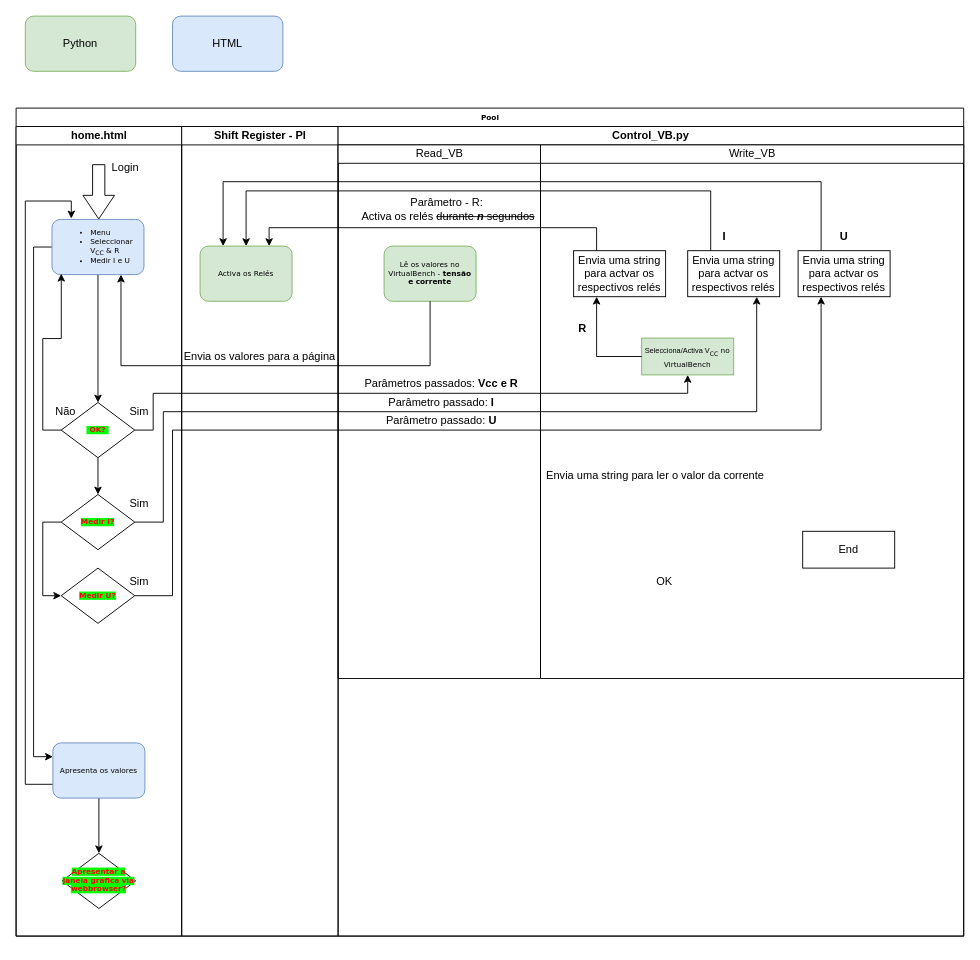
Earlier version of the draw.io diagram diagramas/Diagrama_RENOMEAR.drawio (eddygrinder/Unnamed-Thesis_PCCode). Source tidied: cells renumbered, new cells numbered last; positions are measured from the earlier drawing's top-left corner, leaving out a move shared by most shapes. Both pictures are drawn from the tidied source at 92%, with x=0, y=0 at pixel (16, 16).
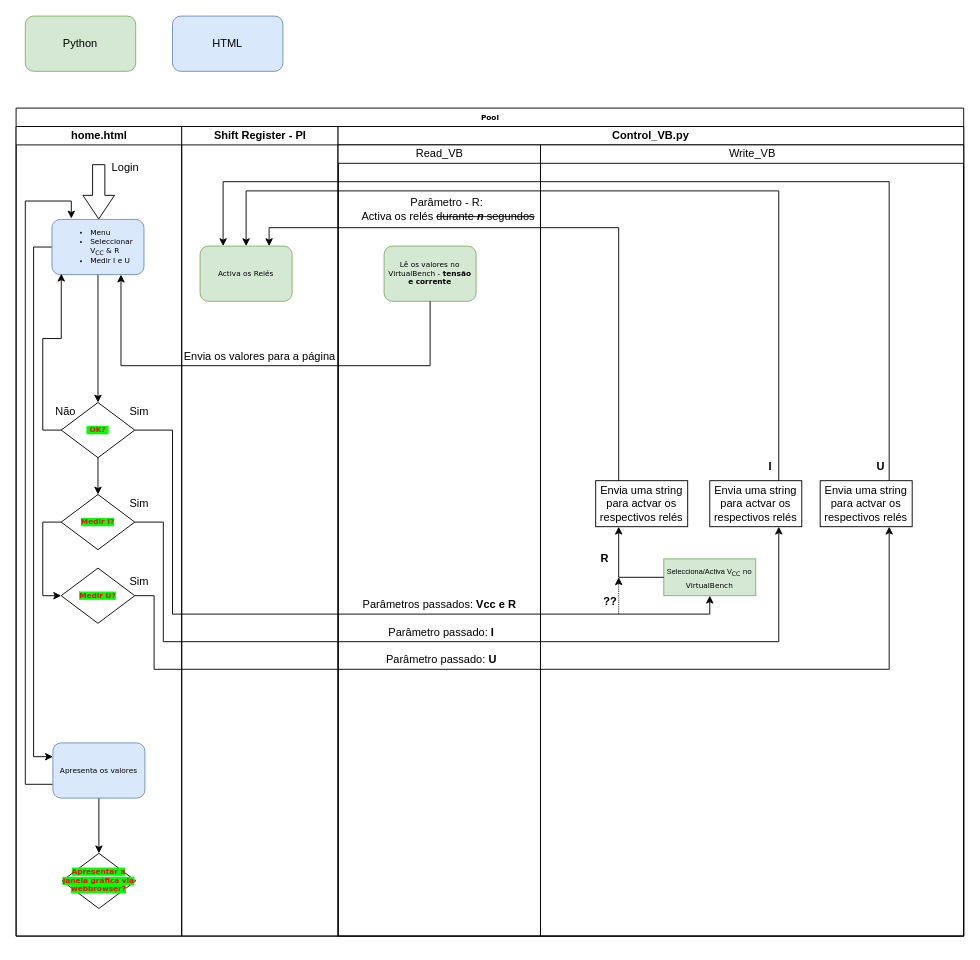
Above is the later version.

The change refers to these unchanged cells:
```xml
<mxCell id="2" value="Pool" style="swimlane;html=1;startSize=20;rounded=0;shadow=0;labelBackgroundColor=none;strokeWidth=1;fontFamily=Verdana;fontSize=8;align=center;glass=0;" parent="1" vertex="1">
  <mxGeometry y="100" width="1030" height="900" as="geometry" />
</mxCell>
<mxCell id="8" value="&lt;font color=&quot;#ff0000&quot;&gt;&lt;span style=&quot;background-color: rgb(0, 255, 0);&quot;&gt;&lt;b&gt;&amp;nbsp;OK?&amp;nbsp; &lt;br&gt;&lt;/b&gt;&lt;/span&gt;&lt;/font&gt;" style="rhombus;whiteSpace=wrap;html=1;rounded=0;shadow=0;labelBackgroundColor=none;strokeWidth=1;fontFamily=Verdana;fontSize=8;align=center;" parent="3" vertex="1">
  <mxGeometry x="49" y="300" width="80" height="60" as="geometry" />
</mxCell>
<mxCell id="16" value="&lt;font color=&quot;#ff0000&quot;&gt;&lt;span style=&quot;background-color: rgb(0, 255, 0);&quot;&gt;&lt;b&gt;Medir I?&lt;br&gt;&lt;/b&gt;&lt;/span&gt;&lt;/font&gt;" style="rhombus;whiteSpace=wrap;html=1;rounded=0;shadow=0;labelBackgroundColor=none;strokeWidth=1;fontFamily=Verdana;fontSize=8;align=center;" parent="3" vertex="1">
  <mxGeometry x="49" y="400" width="80" height="60" as="geometry" />
</mxCell>
<mxCell id="17" value="&lt;font color=&quot;#ff0000&quot;&gt;&lt;span style=&quot;background-color: rgb(0, 255, 0);&quot;&gt;&lt;b&gt;Medir U?&lt;br&gt;&lt;/b&gt;&lt;/span&gt;&lt;/font&gt;" style="rhombus;whiteSpace=wrap;html=1;rounded=0;shadow=0;labelBackgroundColor=none;strokeWidth=1;fontFamily=Verdana;fontSize=8;align=center;" parent="3" vertex="1">
  <mxGeometry x="49" y="480" width="80" height="60" as="geometry" />
</mxCell>
<mxCell id="25" value="Activa os Relés" style="rounded=1;whiteSpace=wrap;html=1;shadow=0;labelBackgroundColor=none;strokeWidth=1;fontFamily=Verdana;fontSize=8;align=center;fillColor=#d5e8d4;strokeColor=#82b366;" parent="24" vertex="1">
  <mxGeometry x="20" y="130" width="100" height="60" as="geometry" />
</mxCell>
<mxCell id="28" value="Control_VB.py" style="swimlane;whiteSpace=wrap;html=1;startSize=20;" parent="2" vertex="1">
  <mxGeometry x="350" y="20" width="680" height="880" as="geometry" />
</mxCell>
```

Diff of the diagram source:
```diff
@@
     <mxCell id="29" value="&lt;span style=&quot;font-weight: normal;&quot;&gt;Read_VB&lt;/span&gt;" style="swimlane;html=1;startSize=20;" parent="28" vertex="1">
-      <mxGeometry y="20" width="220" height="580" as="geometry" />
+      <mxGeometry y="20" width="220" height="860" as="geometry" />
     </mxCell>
@@
     <mxCell id="32" value="Parâmetros passados: &lt;b&gt;Vcc e R&lt;/b&gt;" style="text;html=1;strokeColor=none;fillColor=none;align=center;verticalAlign=middle;whiteSpace=wrap;rounded=0;" parent="29" vertex="1">
-      <mxGeometry x="25" y="250" width="175" height="20" as="geometry" />
+      <mxGeometry x="22.5" y="490" width="175" height="20" as="geometry" />
     </mxCell>
     <mxCell id="33" value="Parâmetro passado: &lt;b&gt;I&lt;/b&gt;" style="text;html=1;strokeColor=none;fillColor=none;align=center;verticalAlign=middle;whiteSpace=wrap;rounded=0;" parent="29" vertex="1">
-      <mxGeometry x="25" y="270" width="175" height="20" as="geometry" />
+      <mxGeometry x="25" y="520" width="175" height="20" as="geometry" />
     </mxCell>
     <mxCell id="34" value="Parâmetro passado: &lt;b&gt;U&lt;/b&gt;" style="text;html=1;strokeColor=none;fillColor=none;align=center;verticalAlign=middle;whiteSpace=wrap;rounded=0;" parent="29" vertex="1">
-      <mxGeometry x="25" y="290" width="175" height="20" as="geometry" />
+      <mxGeometry x="25" y="550" width="175" height="20" as="geometry" />
     </mxCell>
-    <mxCell id="35" value="End" style="whiteSpace=wrap;html=1;" parent="28" vertex="1">
-      <mxGeometry x="505" y="440" width="100" height="40" as="geometry" />
-    </mxCell>
     <mxCell id="36" value="&lt;span style=&quot;font-weight: normal;&quot;&gt;Write_VB&lt;/span&gt;" style="swimlane;html=1;startSize=20;" parent="28" vertex="1">
-      <mxGeometry x="220" y="20" width="460" height="580" as="geometry" />
+      <mxGeometry x="220" y="20" width="460" height="860" as="geometry" />
     </mxCell>
     <mxCell id="37" value="&lt;div&gt;&lt;b&gt;R&lt;/b&gt;&lt;/div&gt;" style="text;html=1;strokeColor=none;fillColor=none;align=center;verticalAlign=middle;whiteSpace=wrap;rounded=0;" parent="36" vertex="1">
-      <mxGeometry x="36" y="190" width="20" height="20" as="geometry" />
+      <mxGeometry x="60" y="440" width="20" height="20" as="geometry" />
     </mxCell>
-    <mxCell id="38" value="&lt;div&gt;Envia uma string para ler o valor da corrente&lt;/div&gt;" style="text;html=1;strokeColor=none;fillColor=none;align=center;verticalAlign=middle;whiteSpace=wrap;rounded=0;" parent="36" vertex="1">
-      <mxGeometry x="5" y="350" width="240" height="20" as="geometry" />
-    </mxCell>
     <mxCell id="39" value="Envia uma string para actvar os respectivos relés" style="whiteSpace=wrap;html=1;" parent="36" vertex="1">
-      <mxGeometry x="36" y="115" width="100" height="50" as="geometry" />
+      <mxGeometry x="60" y="365" width="100" height="50" as="geometry" />
     </mxCell>
     <mxCell id="40" value="&lt;font style=&quot;font-size: 8px;&quot;&gt;Selecciona/Activa V&lt;sub style=&quot;border-color: var(--border-color); font-family: Verdana;&quot;&gt;CC&lt;/sub&gt;&lt;span style=&quot;font-family: Verdana;&quot;&gt;&amp;nbsp;no VirtualBench&lt;/span&gt;&lt;/font&gt;" style="whiteSpace=wrap;html=1;fillColor=#d5e8d4;strokeColor=#82b366;" parent="36" vertex="1">
-      <mxGeometry x="110" y="210" width="100" height="40" as="geometry" />
+      <mxGeometry x="134" y="450" width="100" height="40" as="geometry" />
     </mxCell>
@@
     <mxCell id="42" value="Envia uma string para actvar os respectivos relés" style="whiteSpace=wrap;html=1;" parent="36" vertex="1">
-      <mxGeometry x="160" y="115" width="100" height="50" as="geometry" />
+      <mxGeometry x="184" y="365" width="100" height="50" as="geometry" />
     </mxCell>
     <mxCell id="43" value="Envia uma string para actvar os respectivos relés" style="whiteSpace=wrap;html=1;" parent="36" vertex="1">
-      <mxGeometry x="280" y="115" width="100" height="50" as="geometry" />
+      <mxGeometry x="304" y="365" width="100" height="50" as="geometry" />
     </mxCell>
-    <mxCell id="44" value="&lt;div&gt;OK&lt;/div&gt;" style="text;html=1;strokeColor=none;fillColor=none;align=center;verticalAlign=middle;whiteSpace=wrap;rounded=0;" parent="36" vertex="1">
-      <mxGeometry x="120" y="465" width="30" height="20" as="geometry" />
-    </mxCell>
     <mxCell id="45" value="&lt;div&gt;&lt;b&gt;U&lt;/b&gt;&lt;/div&gt;" style="text;html=1;strokeColor=none;fillColor=none;align=center;verticalAlign=middle;whiteSpace=wrap;rounded=0;" parent="36" vertex="1">
-      <mxGeometry x="320" y="90" width="20" height="20" as="geometry" />
+      <mxGeometry x="360" y="340" width="20" height="20" as="geometry" />
     </mxCell>
     <mxCell id="46" value="&lt;div&gt;&lt;b&gt;I&lt;/b&gt;&lt;/div&gt;" style="text;html=1;strokeColor=none;fillColor=none;align=center;verticalAlign=middle;whiteSpace=wrap;rounded=0;" parent="36" vertex="1">
-      <mxGeometry x="190" y="90" width="20" height="20" as="geometry" />
+      <mxGeometry x="240" y="340" width="20" height="20" as="geometry" />
     </mxCell>
+    <mxCell id="56" style="endArrow=classic;html=1;rounded=0;dashed=1;dashPattern=1 1;" parent="36" edge="1">
+      <mxGeometry relative="1" as="geometry">
+        <mxPoint x="85" y="510" as="sourcePoint" />
+        <mxPoint x="85" y="470" as="targetPoint" />
+      </mxGeometry>
+    </mxCell>
+    <mxCell id="57" value="&lt;div&gt;&lt;b&gt;??&lt;/b&gt;&lt;/div&gt;" style="text;html=1;strokeColor=none;fillColor=none;align=center;verticalAlign=middle;whiteSpace=wrap;rounded=0;" parent="36" vertex="1">
+      <mxGeometry x="66" y="487" width="20" height="20" as="geometry" />
+    </mxCell>
@@
     <mxCell id="48" style="edgeStyle=orthogonalEdgeStyle;rounded=0;jettySize=auto;html=1;entryX=0.75;entryY=0;entryDx=0;entryDy=0;exitX=0.25;exitY=0;exitDx=0;exitDy=0;" parent="2" edge="1" source="39" target="25">
       <mxGeometry relative="1" as="geometry">
         <Array as="points">
-          <mxPoint x="631" y="130" />
+          <mxPoint x="655" y="130" />
           <mxPoint x="275" y="130" />
         </Array>
       </mxGeometry>
     </mxCell>
     <mxCell id="49" style="edgeStyle=orthogonalEdgeStyle;rounded=0;jettySize=auto;html=1;exitX=1;exitY=0.5;exitDx=0;exitDy=0;entryX=0.5;entryY=1;entryDx=0;entryDy=0;" parent="2" edge="1" source="8" target="40">
       <mxGeometry relative="1" as="geometry">
         <Array as="points">
-          <mxPoint x="149" y="310" />
-          <mxPoint x="730" y="310" />
+          <mxPoint x="170" y="350" />
+          <mxPoint x="170" y="550" />
+          <mxPoint x="754" y="550" />
         </Array>
       </mxGeometry>
     </mxCell>
     <mxCell id="50" style="edgeStyle=orthogonalEdgeStyle;rounded=0;jettySize=auto;html=1;exitX=1;exitY=0.5;exitDx=0;exitDy=0;entryX=0.75;entryY=1;entryDx=0;entryDy=0;" parent="2" edge="1" source="16" target="42">
       <mxGeometry relative="1" as="geometry">
         <Array as="points">
           <mxPoint x="160" y="450" />
-          <mxPoint x="160" y="330" />
-          <mxPoint x="805" y="330" />
+          <mxPoint x="160" y="580" />
+          <mxPoint x="829" y="580" />
         </Array>
       </mxGeometry>
     </mxCell>
-    <mxCell id="51" style="edgeStyle=orthogonalEdgeStyle;rounded=0;jettySize=auto;html=1;exitX=0.25;exitY=0;exitDx=0;exitDy=0;entryX=0.5;entryY=0;entryDx=0;entryDy=0;" parent="2" edge="1" source="42" target="25">
+    <mxCell id="51" style="edgeStyle=orthogonalEdgeStyle;rounded=0;jettySize=auto;html=1;exitX=0.75;exitY=0;exitDx=0;exitDy=0;entryX=0.5;entryY=0;entryDx=0;entryDy=0;" parent="2" edge="1" source="42" target="25">
       <mxGeometry relative="1" as="geometry">
         <Array as="points">
-          <mxPoint x="755" y="90" />
+          <mxPoint x="829" y="90" />
           <mxPoint x="250" y="90" />
         </Array>
       </mxGeometry>
     </mxCell>
-    <mxCell id="52" style="edgeStyle=orthogonalEdgeStyle;rounded=0;jettySize=auto;html=1;exitX=1;exitY=0.5;exitDx=0;exitDy=0;entryX=0.25;entryY=1;entryDx=0;entryDy=0;" parent="2" edge="1" source="17" target="43">
+    <mxCell id="52" style="edgeStyle=orthogonalEdgeStyle;rounded=0;jettySize=auto;html=1;exitX=1;exitY=0.5;exitDx=0;exitDy=0;entryX=0.75;entryY=1;entryDx=0;entryDy=0;" parent="2" edge="1" source="17" target="43">
       <mxGeometry relative="1" as="geometry">
         <Array as="points">
-          <mxPoint x="170" y="530" />
-          <mxPoint x="170" y="350" />
-          <mxPoint x="875" y="350" />
+          <mxPoint x="150" y="530" />
+          <mxPoint x="150" y="610" />
+          <mxPoint x="949" y="610" />
         </Array>
       </mxGeometry>
     </mxCell>
-    <mxCell id="53" style="edgeStyle=orthogonalEdgeStyle;rounded=0;jettySize=auto;html=1;exitX=0.25;exitY=0;exitDx=0;exitDy=0;entryX=0.25;entryY=0;entryDx=0;entryDy=0;" parent="2" edge="1" source="43" target="25">
+    <mxCell id="53" style="edgeStyle=orthogonalEdgeStyle;rounded=0;jettySize=auto;html=1;exitX=0.75;exitY=0;exitDx=0;exitDy=0;entryX=0.25;entryY=0;entryDx=0;entryDy=0;" parent="2" edge="1" source="43" target="25">
       <mxGeometry relative="1" as="geometry">
         <Array as="points">
-          <mxPoint x="875" y="80" />
+          <mxPoint x="949" y="80" />
           <mxPoint x="225" y="80" />
         </Array>
       </mxGeometry>
     </mxCell>
```
